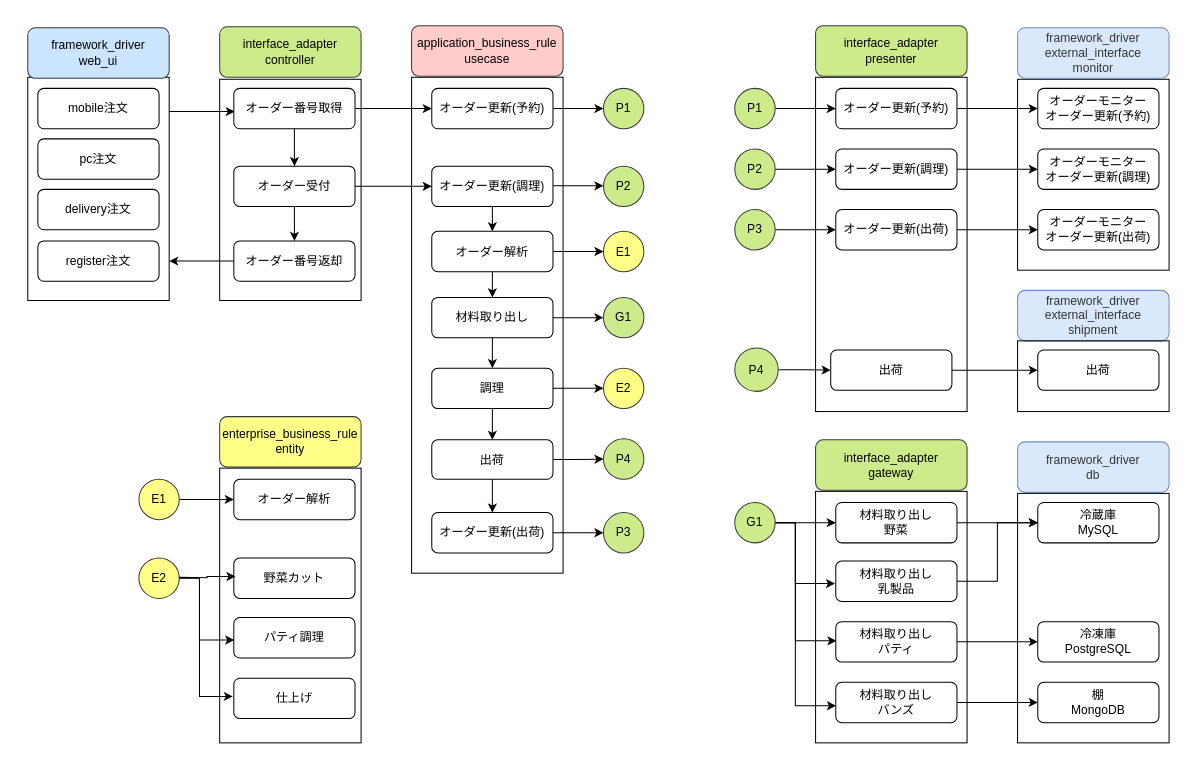
Earlier version of the draw.io diagram backend/doc/image/orderflow.drawio (YujiYabe/go-mcr-srvc). Source tidied: cells renumbered, new cells numbered last; positions are measured from the earlier drawing's top-left corner, leaving out a move shared by most shapes. Both pictures are drawn from the tidied source at 101%, with x=0, y=0 at pixel (27, 25).
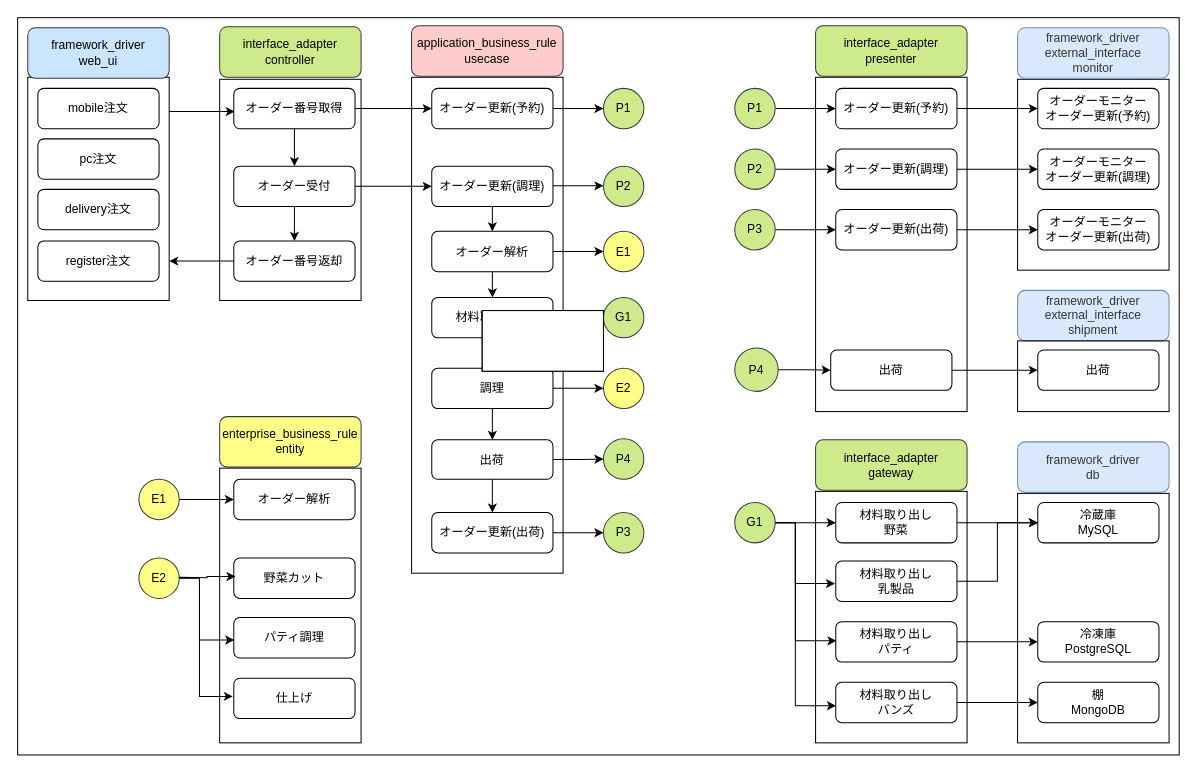
Above is the later version.

Diff of the diagram source:
```diff
@@
+    <mxCell id="106" style="rounded=0;whiteSpace=wrap;html=1;" parent="1" vertex="1">
+      <mxGeometry x="-10" y="-8" width="1150" height="730" as="geometry" />
+    </mxCell>
@@
+    <mxCell id="107" style="rounded=0;whiteSpace=wrap;html=1;" parent="1" vertex="1">
+      <mxGeometry x="450" y="282" width="120" height="60" as="geometry" />
+    </mxCell>
+    <mxCell id="108" style="rounded=0;whiteSpace=wrap;html=1;" parent="1" vertex="1">
+      <mxGeometry x="450" y="282" width="120" height="60" as="geometry" />
+    </mxCell>
+    <mxCell id="109" style="rounded=0;whiteSpace=wrap;html=1;" parent="1" vertex="1">
+      <mxGeometry x="450" y="282" width="120" height="60" as="geometry" />
+    </mxCell>
```
